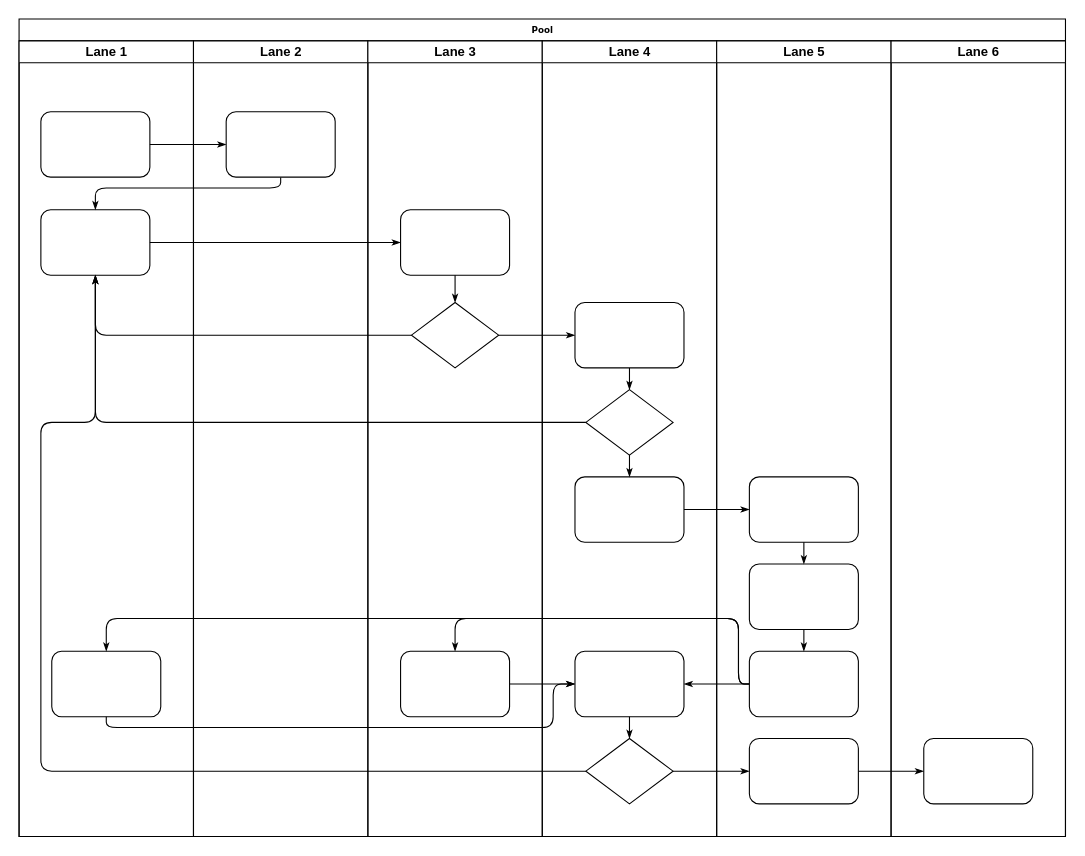
This is data/五子醉流程图2.drawio from chenyanxi/hosts, a draw.io file, before an edit. Source tidied: cells renumbered, new cells numbered last; positions are measured from the earlier drawing's top-left corner, leaving out a move shared by most shapes. Both pictures are drawn from the tidied source at 109%, with x=0, y=0 at pixel (19, 19).
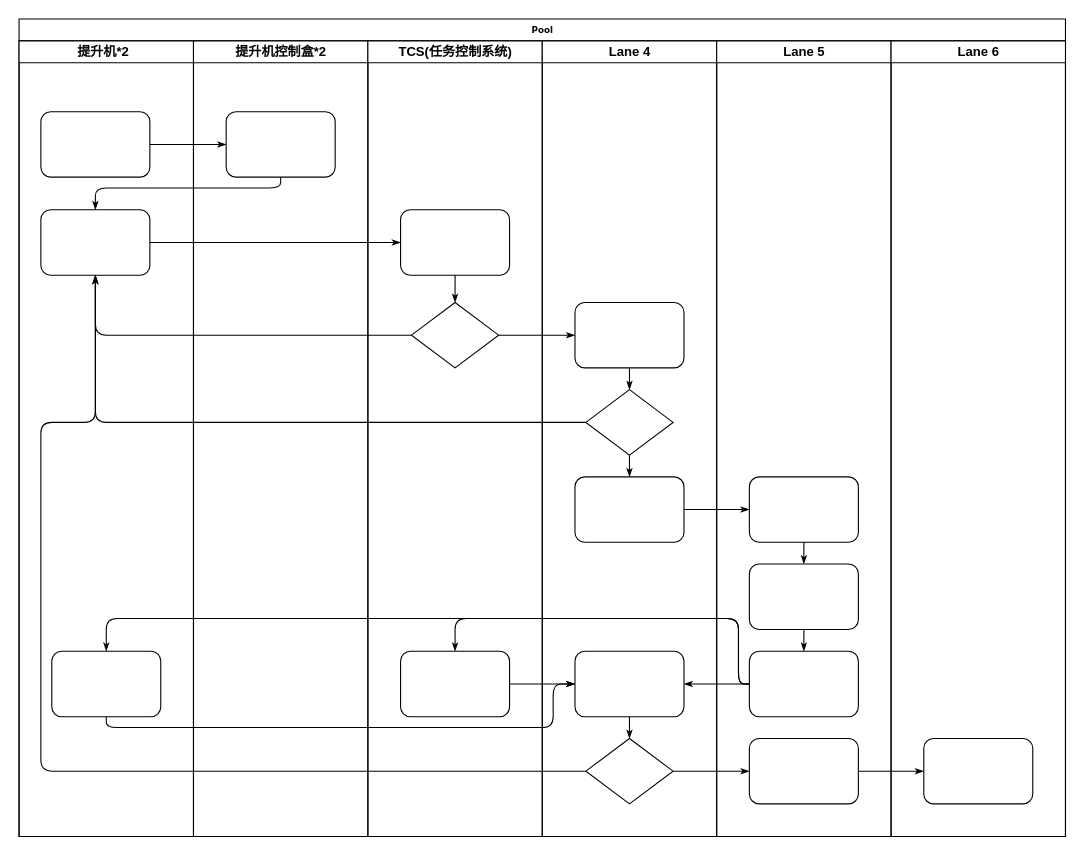
After the change.

Commit message (it also covers changes not shown here):
更新五子醉流程图2.drawio

The change refers to these unchanged cells:
```xml
<mxCell id="2" value="Pool" style="swimlane;html=1;startSize=20;rounded=0;shadow=0;labelBackgroundColor=none;strokeWidth=1;fontFamily=Verdana;fontSize=8;align=center;" parent="1" vertex="1">
  <mxGeometry width="960" height="750" as="geometry" />
</mxCell>
```

Change to the diagram source:
```diff
@@
-    <mxCell id="3" value="Lane 1" style="swimlane;html=1;startSize=20;" parent="2" vertex="1">
+    <mxCell id="3" value="提升机*2&lt;span style=&quot;white-space: pre;&quot;&gt;&#9;&lt;/span&gt;" style="swimlane;html=1;startSize=20;" parent="2" vertex="1">
       <mxGeometry y="20" width="160" height="730" as="geometry" />
     </mxCell>
@@
-    <mxCell id="22" value="Lane 2" style="swimlane;html=1;startSize=20;" parent="2" vertex="1">
+    <mxCell id="22" value="提升机控制盒*2" style="swimlane;html=1;startSize=20;" parent="2" vertex="1">
       <mxGeometry x="160" y="20" width="160" height="730" as="geometry" />
     </mxCell>
@@
-    <mxCell id="24" value="Lane 3" style="swimlane;html=1;startSize=20;" parent="2" vertex="1">
+    <mxCell id="24" value="TCS(任务控制系统)" style="swimlane;html=1;startSize=20;" parent="2" vertex="1">
       <mxGeometry x="320" y="20" width="160" height="730" as="geometry" />
     </mxCell>
```
